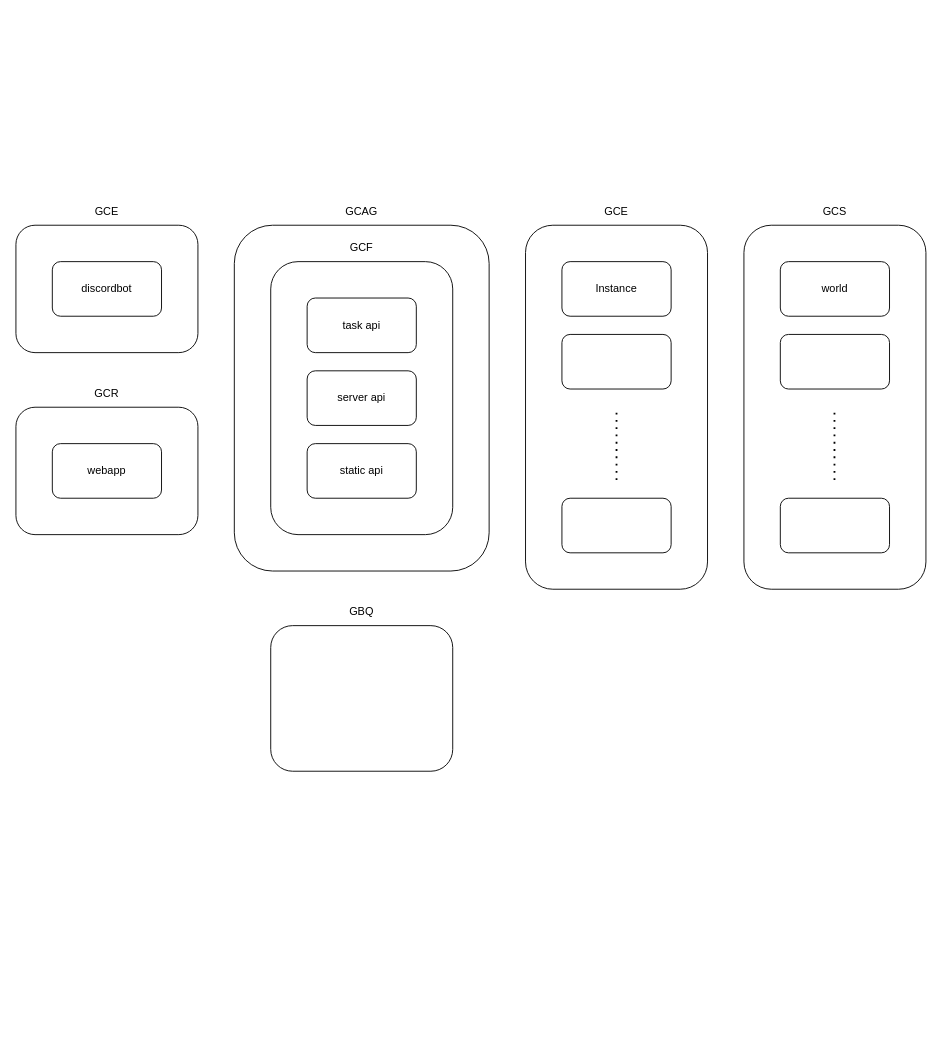
Before: page "ページ4" (4 of 4) of micrappu.drawio in tforce7171/MicraPPU-Planning, a draw.io diagram. Source tidied: cells renumbered, new cells numbered last; positions are measured from the earlier drawing's top-left corner, leaving out a move shared by most shapes. Both pictures are drawn from the tidied source at 91%, with x=0, y=0 at pixel (15, 197).
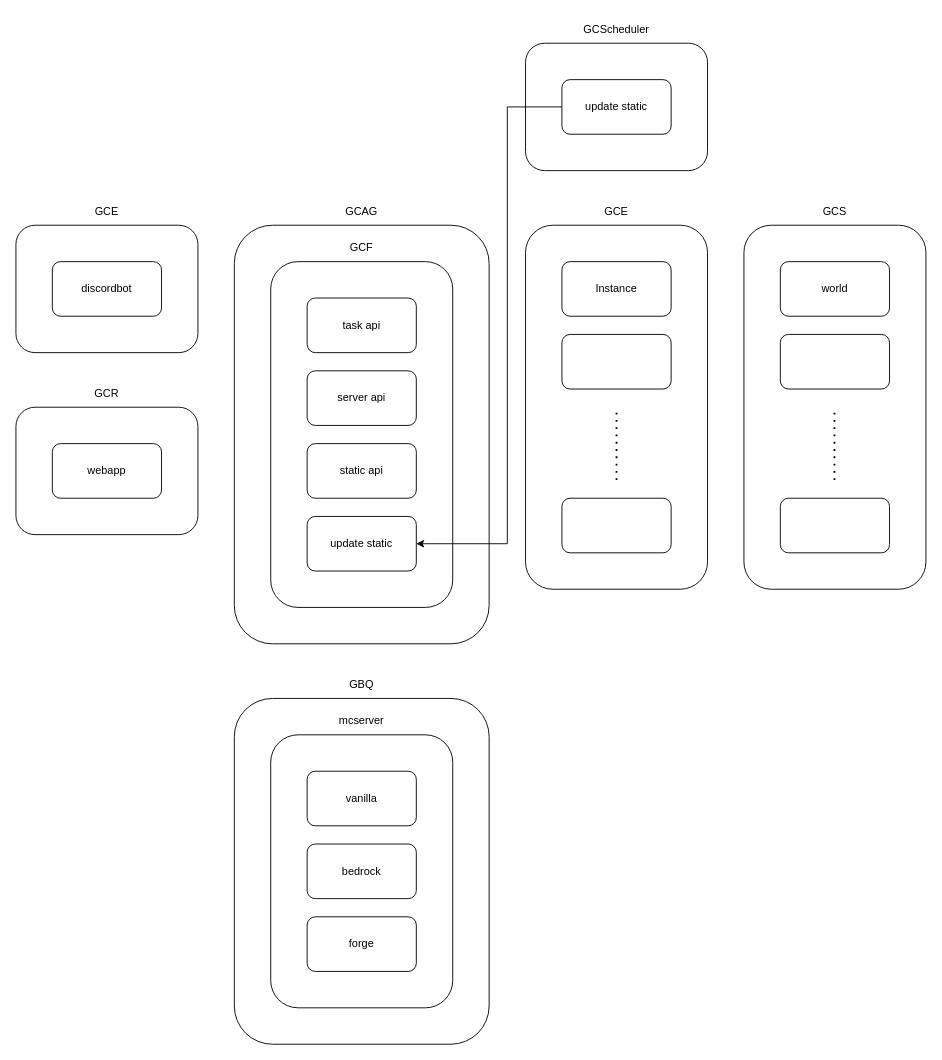
The same page after the edit.

Commit message:
micrappu.drawio を更新します

Diff of the diagram source:
```diff
@@
+    <mxCell id="15" style="rounded=1;whiteSpace=wrap;html=1;fillColor=none;" parent="1" vertex="1">
+      <mxGeometry x="240" y="30" width="280" height="460" as="geometry" />
+    </mxCell>
@@
     <mxCell id="8" style="rounded=1;whiteSpace=wrap;html=1;fillColor=none;" parent="1" vertex="1">
-      <mxGeometry x="280" y="70" width="200" height="300" as="geometry" />
+      <mxGeometry x="280" y="70" width="200" height="380" as="geometry" />
     </mxCell>
@@
     <mxCell id="13" style="rounded=1;whiteSpace=wrap;html=1;fillColor=none;" parent="1" vertex="1">
-      <mxGeometry x="280" y="470" width="200" height="160" as="geometry" />
+      <mxGeometry x="240" y="550" width="280" height="380" as="geometry" />
     </mxCell>
     <mxCell id="14" value="GBQ" style="text;html=1;strokeColor=none;fillColor=none;align=center;verticalAlign=middle;whiteSpace=wrap;rounded=0;" parent="1" vertex="1">
-      <mxGeometry x="350" y="440" width="60" height="30" as="geometry" />
+      <mxGeometry x="350" y="520" width="60" height="30" as="geometry" />
     </mxCell>
-    <mxCell id="15" style="rounded=1;whiteSpace=wrap;html=1;fillColor=none;" parent="1" vertex="1">
-      <mxGeometry x="240" y="30" width="280" height="380" as="geometry" />
-    </mxCell>
@@
+    <mxCell id="29" style="rounded=1;whiteSpace=wrap;html=1;fillColor=none;" parent="1" vertex="1">
+      <mxGeometry x="280" y="590" width="200" height="300" as="geometry" />
+    </mxCell>
+    <mxCell id="30" value="vanilla" style="rounded=1;whiteSpace=wrap;html=1;" parent="1" vertex="1">
+      <mxGeometry x="320" y="630" width="120" height="60" as="geometry" />
+    </mxCell>
+    <mxCell id="31" value="forge" style="rounded=1;whiteSpace=wrap;html=1;" parent="1" vertex="1">
+      <mxGeometry x="320" y="790" width="120" height="60" as="geometry" />
+    </mxCell>
+    <mxCell id="32" value="bedrock" style="rounded=1;whiteSpace=wrap;html=1;" parent="1" vertex="1">
+      <mxGeometry x="320" y="710" width="120" height="60" as="geometry" />
+    </mxCell>
+    <mxCell id="33" value="mcserver" style="text;html=1;strokeColor=none;fillColor=none;align=center;verticalAlign=middle;whiteSpace=wrap;rounded=0;" parent="1" vertex="1">
+      <mxGeometry x="350" y="560" width="60" height="30" as="geometry" />
+    </mxCell>
+    <mxCell id="34" value="update static" style="rounded=1;whiteSpace=wrap;html=1;fillColor=#FFFFFF;" parent="1" vertex="1">
+      <mxGeometry x="320" y="350" width="120" height="60" as="geometry" />
+    </mxCell>
+    <mxCell id="35" style="rounded=1;whiteSpace=wrap;html=1;fillColor=none;" parent="1" vertex="1">
+      <mxGeometry x="560" y="-170" width="200" height="140" as="geometry" />
+    </mxCell>
+    <mxCell id="36" value="GCScheduler" style="text;html=1;strokeColor=none;fillColor=none;align=center;verticalAlign=middle;whiteSpace=wrap;rounded=0;" parent="1" vertex="1">
+      <mxGeometry x="630" y="-200" width="60" height="30" as="geometry" />
+    </mxCell>
+    <mxCell id="37" style="edgeStyle=orthogonalEdgeStyle;rounded=0;jettySize=auto;html=1;entryX=1;entryY=0.5;entryDx=0;entryDy=0;" parent="1" edge="1" source="38" target="34">
+      <mxGeometry relative="1" as="geometry">
+        <Array as="points">
+          <mxPoint x="540" y="-100" />
+          <mxPoint x="540" y="380" />
+        </Array>
+      </mxGeometry>
+    </mxCell>
+    <mxCell id="38" value="update static" style="rounded=1;whiteSpace=wrap;html=1;fillColor=#FFFFFF;" parent="1" vertex="1">
+      <mxGeometry x="600" y="-130" width="120" height="60" as="geometry" />
+    </mxCell>
```
